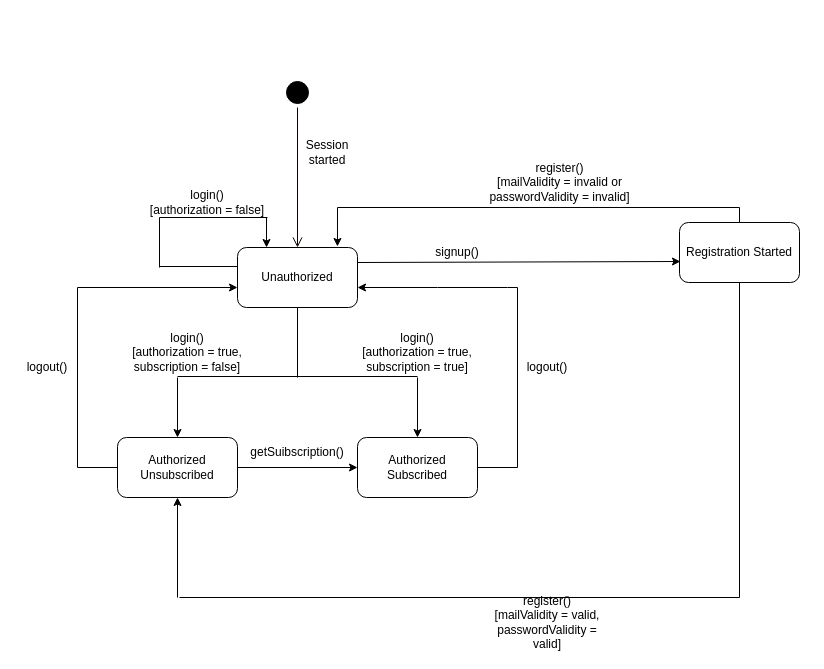
The draw.io diagram page "Login and Register" (1 of 8) of fianl_state.drawio in MdHuzzatunAli/ISD, before the edit. Source tidied: cells renumbered, new cells numbered last; positions are measured from the earlier drawing's top-left corner, leaving out a move shared by most shapes. Both pictures are drawn from the tidied source at 100%, with x=0, y=0 at pixel (17, 77).
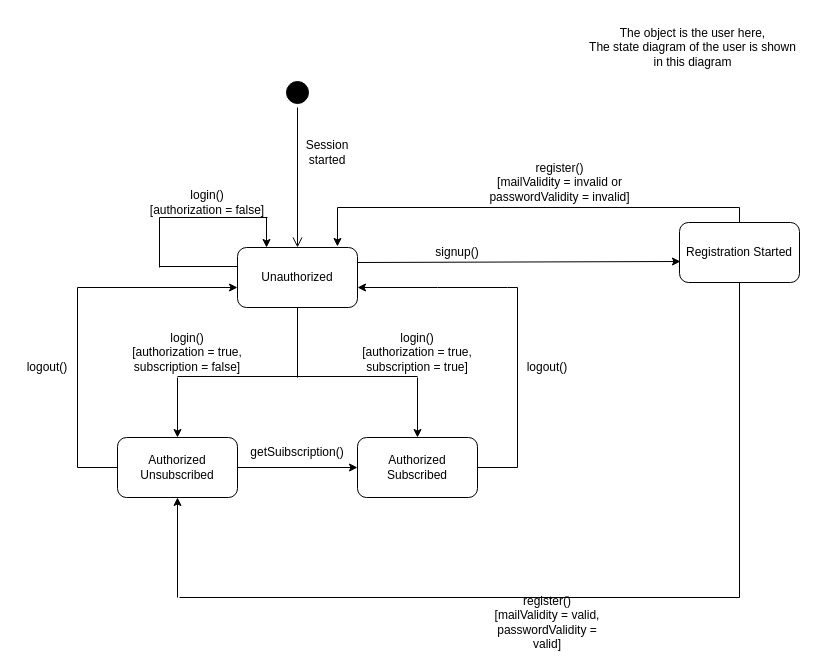
Above is the later version.

Change to the diagram source:
```diff
@@
+    <mxCell id="40" value="The object is the user here,&lt;br&gt;The state diagram of the user is shown&lt;br&gt;in this diagram" style="text;html=1;align=center;verticalAlign=middle;strokeColor=none;fillColor=none;" parent="1" vertex="1">
+      <mxGeometry x="560" y="-60" width="230" height="60" as="geometry" />
+    </mxCell>
```
